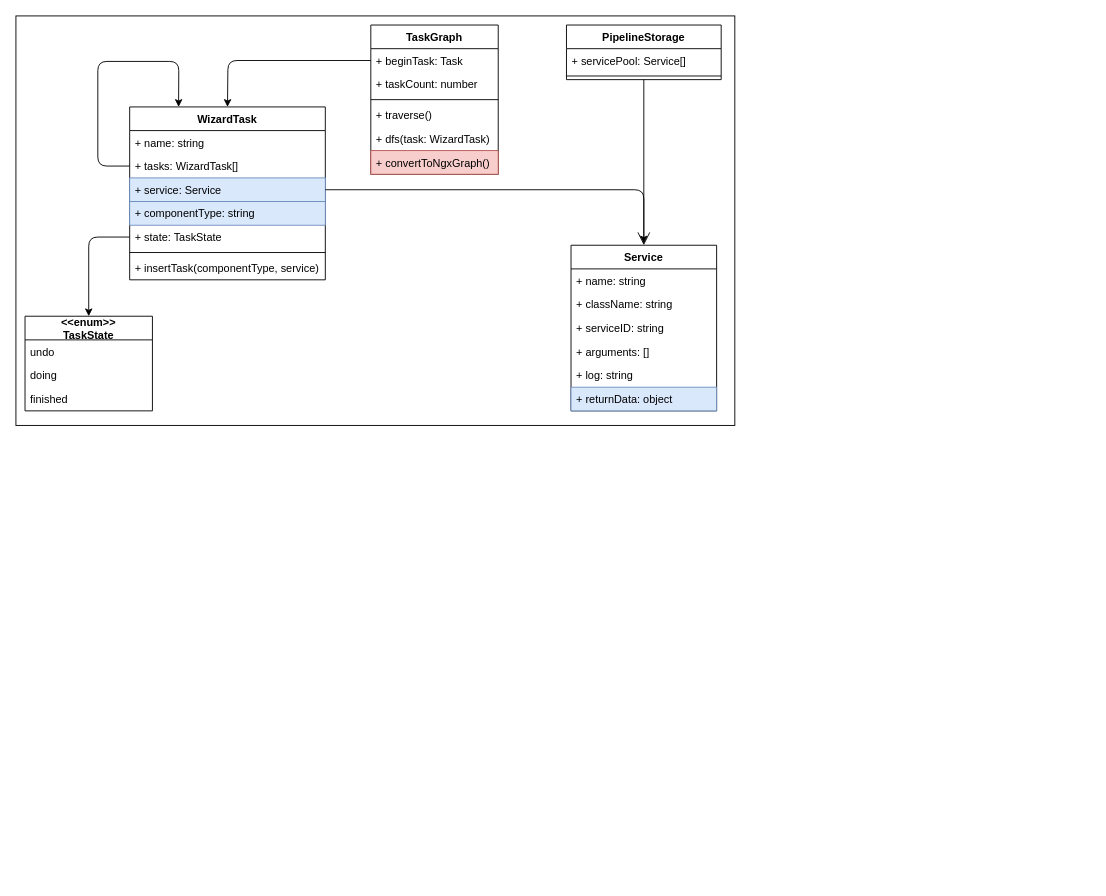
Before: page "Class Diagram" (2 of 2) of pipeline.drawio in MingHsuan0313/UI-Design-Client, a draw.io diagram. Source tidied: cells renumbered, new cells numbered last; positions are measured from the earlier drawing's top-left corner, leaving out a move shared by most shapes. Both pictures are drawn from the tidied source at 91%, with x=0, y=0 at pixel (15, 15).
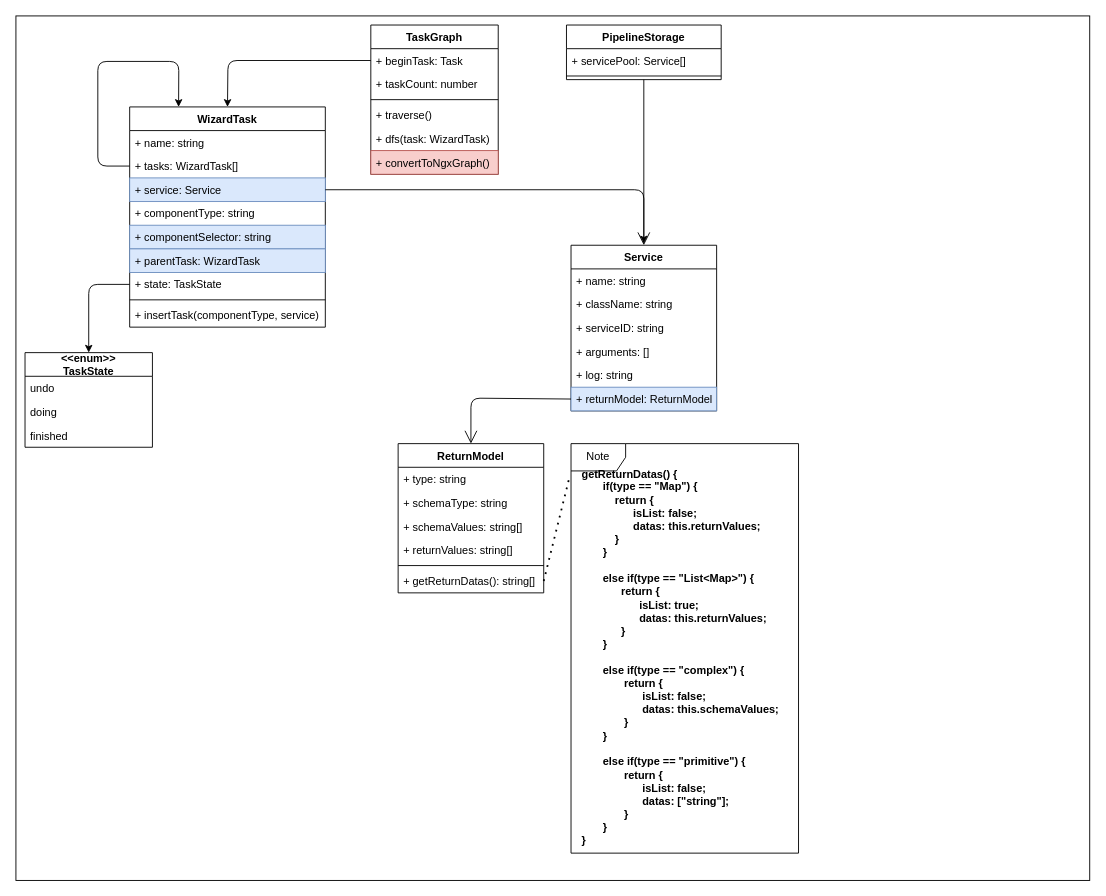
The same diagram, later.

Commit message (it also covers changes not shown here):
Feature: Add ReturnModel

Unchanged cells that the change refers to:
```xml
<mxCell id="25" value="Service" style="swimlane;fontStyle=1;align=center;verticalAlign=top;horizontal=1;startSize=26;" parent="1" vertex="1">
  <mxGeometry x="610" y="252" width="160" height="182" as="geometry" />
</mxCell>
```

The edit, as a diff of the source:
```diff
@@
     <mxCell id="2" style="rounded=0;whiteSpace=wrap;html=1;" parent="1" vertex="1">
-      <mxGeometry width="790" height="450" as="geometry" />
+      <mxGeometry width="1180" height="950" as="geometry" />
     </mxCell>
@@
     <mxCell id="10" value="WizardTask" style="swimlane;fontStyle=1;horizontal=1;startSize=26;fillColor=none;" parent="1" vertex="1">
-      <mxGeometry x="125" y="100" width="215" height="190" as="geometry" />
+      <mxGeometry x="125" y="100" width="215" height="242" as="geometry" />
     </mxCell>
@@
-    <mxCell id="14" value="+ componentType: string" style="text;strokeColor=#6c8ebf;fillColor=#dae8fc;align=left;verticalAlign=top;spacingLeft=4;spacingRight=4;overflow=hidden;" parent="10" vertex="1">
+    <mxCell id="14" value="+ componentType: string" style="text;align=left;verticalAlign=top;spacingLeft=4;spacingRight=4;overflow=hidden;" parent="10" vertex="1">
       <mxGeometry y="104" width="215" height="26" as="geometry" />
     </mxCell>
+    <mxCell id="37" value="+ componentSelector: string" style="text;strokeColor=#6c8ebf;fillColor=#dae8fc;align=left;verticalAlign=top;spacingLeft=4;spacingRight=4;overflow=hidden;" parent="10" vertex="1">
+      <mxGeometry y="130" width="215" height="26" as="geometry" />
+    </mxCell>
+    <mxCell id="38" value="+ parentTask: WizardTask" style="text;align=left;verticalAlign=top;spacingLeft=4;spacingRight=4;overflow=hidden;fillColor=#dae8fc;strokeColor=#6c8ebf;" parent="10" vertex="1">
+      <mxGeometry y="156" width="215" height="26" as="geometry" />
+    </mxCell>
     <mxCell id="15" value="+ state: TaskState" style="text;strokeColor=none;fillColor=none;align=left;verticalAlign=top;spacingLeft=4;spacingRight=4;overflow=hidden;points=[[0,0.5],[1,0.5]];portConstraint=eastwest;" parent="10" vertex="1">
-      <mxGeometry y="130" width="215" height="26" as="geometry" />
+      <mxGeometry y="182" width="215" height="26" as="geometry" />
     </mxCell>
@@
     <mxCell id="17" style="line;strokeWidth=1;fillColor=none;align=left;verticalAlign=middle;spacingTop=-1;spacingLeft=3;spacingRight=3;labelPosition=right;" parent="10" vertex="1">
-      <mxGeometry y="156" width="215" height="8" as="geometry" />
+      <mxGeometry y="208" width="215" height="8" as="geometry" />
     </mxCell>
     <mxCell id="18" value="+ insertTask(componentType, service)" style="text;strokeColor=none;fillColor=none;align=left;verticalAlign=top;spacingLeft=4;spacingRight=4;overflow=hidden;" parent="10" vertex="1">
-      <mxGeometry y="164" width="215" height="26" as="geometry" />
+      <mxGeometry y="216" width="215" height="26" as="geometry" />
     </mxCell>
@@
     <mxCell id="20" value="&lt;&lt;enum&gt;&gt;&#10;TaskState" style="swimlane;fontStyle=1;horizontal=1;startSize=26;fillColor=none;" parent="1" vertex="1">
-      <mxGeometry x="10" y="330" width="140" height="104" as="geometry" />
+      <mxGeometry x="10" y="370" width="140" height="104" as="geometry" />
     </mxCell>
@@
     <mxCell id="24" style="endArrow=classic;endFill=1;endSize=6;html=1;exitX=0;exitY=0.5;exitDx=0;exitDy=0;entryX=0.5;entryY=0;entryDx=0;entryDy=0;" parent="1" edge="1" source="15" target="20">
       <mxGeometry relative="1" as="geometry">
         <Array as="points">
-          <mxPoint x="80" y="243" />
+          <mxPoint x="80" y="295" />
         </Array>
       </mxGeometry>
     </mxCell>
@@
-    <mxCell id="31" value="+ returnData: object" style="text;strokeColor=#6c8ebf;fillColor=#dae8fc;align=left;verticalAlign=top;spacingLeft=4;spacingRight=4;overflow=hidden;points=[[0,0.5],[1,0.5]];portConstraint=eastwest;" parent="25" vertex="1">
+    <mxCell id="31" value="+ returnModel: ReturnModel" style="text;strokeColor=#6c8ebf;fillColor=#dae8fc;align=left;verticalAlign=top;spacingLeft=4;spacingRight=4;overflow=hidden;points=[[0,0.5],[1,0.5]];portConstraint=eastwest;" parent="25" vertex="1">
       <mxGeometry y="156" width="160" height="26" as="geometry" />
     </mxCell>
@@
+    <mxCell id="39" value="ReturnModel" style="swimlane;fontStyle=1;horizontal=1;startSize=26;fillColor=none;" parent="1" vertex="1">
+      <mxGeometry x="420" y="470" width="160" height="164" as="geometry" />
+    </mxCell>
+    <mxCell id="40" value="+ type: string" style="text;strokeColor=none;fillColor=none;align=left;verticalAlign=top;spacingLeft=4;spacingRight=4;overflow=hidden;" parent="39" vertex="1">
+      <mxGeometry y="26" width="160" height="26" as="geometry" />
+    </mxCell>
+    <mxCell id="41" value="+ schemaType: string" style="text;strokeColor=none;fillColor=none;align=left;verticalAlign=top;spacingLeft=4;spacingRight=4;overflow=hidden;" parent="39" vertex="1">
+      <mxGeometry y="52" width="160" height="26" as="geometry" />
+    </mxCell>
+    <mxCell id="42" value="+ schemaValues: string[]" style="text;strokeColor=none;fillColor=none;align=left;verticalAlign=top;spacingLeft=4;spacingRight=4;overflow=hidden;" parent="39" vertex="1">
+      <mxGeometry y="78" width="160" height="26" as="geometry" />
+    </mxCell>
+    <mxCell id="43" value="+ returnValues: string[]" style="text;strokeColor=none;fillColor=none;align=left;verticalAlign=top;spacingLeft=4;spacingRight=4;overflow=hidden;" parent="39" vertex="1">
+      <mxGeometry y="104" width="160" height="26" as="geometry" />
+    </mxCell>
+    <mxCell id="44" style="line;strokeWidth=1;fillColor=none;align=left;verticalAlign=middle;spacingTop=-1;spacingLeft=3;spacingRight=3;labelPosition=right;" parent="39" vertex="1">
+      <mxGeometry y="130" width="160" height="8" as="geometry" />
+    </mxCell>
+    <mxCell id="45" value="+ getReturnDatas(): string[]" style="text;strokeColor=none;fillColor=none;align=left;verticalAlign=top;spacingLeft=4;spacingRight=4;overflow=hidden;points=[[0,0.5],[1,0.5]];portConstraint=eastwest;" parent="39" vertex="1">
+      <mxGeometry y="138" width="160" height="26" as="geometry" />
+    </mxCell>
+    <mxCell id="46" style="endArrow=open;endFill=1;endSize=12;html=1;exitX=0;exitY=0.5;exitDx=0;exitDy=0;entryX=0.5;entryY=0;entryDx=0;entryDy=0;" parent="1" edge="1" source="31" target="39">
+      <mxGeometry relative="1" as="geometry">
+        <Array as="points">
+          <mxPoint x="500" y="420" />
+        </Array>
+      </mxGeometry>
+    </mxCell>
+    <mxCell id="47" value="Note" style="shape=umlFrame;whiteSpace=wrap;html=1;" parent="1" vertex="1">
+      <mxGeometry x="610" y="470" width="250" height="450" as="geometry" />
+    </mxCell>
+    <mxCell id="48" value="getReturnDatas() {&lt;br&gt;&amp;nbsp; &amp;nbsp; &amp;nbsp; &amp;nbsp;if(type == &quot;Map&quot;) {&lt;br&gt;&amp;nbsp; &amp;nbsp; &amp;nbsp; &amp;nbsp; &amp;nbsp; &amp;nbsp;return {&lt;br&gt;&amp;nbsp; &amp;nbsp; &amp;nbsp; &amp;nbsp; &amp;nbsp; &amp;nbsp; &amp;nbsp; &amp;nbsp; &amp;nbsp;isList: false;&lt;br&gt;&amp;nbsp; &amp;nbsp; &amp;nbsp; &amp;nbsp; &amp;nbsp; &amp;nbsp; &amp;nbsp; &amp;nbsp; &amp;nbsp;datas: this.returnValues;&lt;br&gt;&amp;nbsp; &amp;nbsp; &amp;nbsp; &amp;nbsp; &amp;nbsp; &amp;nbsp;}&lt;br&gt;&amp;nbsp; &amp;nbsp; &amp;nbsp; &amp;nbsp;}&lt;br&gt;&lt;br&gt;&amp;nbsp; &amp;nbsp; &amp;nbsp; &amp;nbsp;else if(type == &quot;List&amp;lt;Map&amp;gt;&quot;) {&lt;br&gt;&amp;nbsp; &amp;nbsp; &amp;nbsp; &amp;nbsp; &amp;nbsp; &amp;nbsp; &amp;nbsp;return {&lt;br&gt;&amp;nbsp; &amp;nbsp; &amp;nbsp; &amp;nbsp; &amp;nbsp; &amp;nbsp; &amp;nbsp; &amp;nbsp; &amp;nbsp; &amp;nbsp;isList: true;&lt;br&gt;&amp;nbsp; &amp;nbsp; &amp;nbsp; &amp;nbsp; &amp;nbsp; &amp;nbsp; &amp;nbsp; &amp;nbsp; &amp;nbsp; &amp;nbsp;datas: this.returnValues;&lt;br&gt;&amp;nbsp; &amp;nbsp; &amp;nbsp; &amp;nbsp; &amp;nbsp; &amp;nbsp; &amp;nbsp;}&amp;nbsp;&lt;br&gt;&amp;nbsp; &amp;nbsp; &amp;nbsp; &amp;nbsp;}&lt;br&gt;&lt;br&gt;&amp;nbsp; &amp;nbsp; &amp;nbsp; &amp;nbsp;else if(type == &quot;complex&quot;) {&lt;br&gt;&amp;nbsp; &amp;nbsp; &amp;nbsp; &amp;nbsp; &amp;nbsp; &amp;nbsp; &amp;nbsp; return {&lt;br&gt;&amp;nbsp; &amp;nbsp; &amp;nbsp; &amp;nbsp; &amp;nbsp; &amp;nbsp; &amp;nbsp; &amp;nbsp; &amp;nbsp; &amp;nbsp; isList: false;&lt;br&gt;&amp;nbsp; &amp;nbsp; &amp;nbsp; &amp;nbsp; &amp;nbsp; &amp;nbsp; &amp;nbsp; &amp;nbsp; &amp;nbsp; &amp;nbsp; datas: this.schemaValues;&lt;br&gt;&amp;nbsp; &amp;nbsp; &amp;nbsp; &amp;nbsp; &amp;nbsp; &amp;nbsp; &amp;nbsp; }&lt;br&gt;&amp;nbsp; &amp;nbsp; &amp;nbsp; &amp;nbsp;}&lt;br&gt;&lt;br&gt;&amp;nbsp; &amp;nbsp; &amp;nbsp; &amp;nbsp;else if(type == &quot;primitive&quot;) {&lt;br&gt;&amp;nbsp; &amp;nbsp; &amp;nbsp; &amp;nbsp; &amp;nbsp; &amp;nbsp; &amp;nbsp; return {&lt;br&gt;&amp;nbsp; &amp;nbsp; &amp;nbsp; &amp;nbsp; &amp;nbsp; &amp;nbsp; &amp;nbsp; &amp;nbsp; &amp;nbsp; &amp;nbsp; isList: false;&lt;br&gt;&amp;nbsp; &amp;nbsp; &amp;nbsp; &amp;nbsp; &amp;nbsp; &amp;nbsp; &amp;nbsp; &amp;nbsp; &amp;nbsp; &amp;nbsp; datas: [&quot;string&quot;];&lt;br&gt;&amp;nbsp; &amp;nbsp; &amp;nbsp; &amp;nbsp; &amp;nbsp; &amp;nbsp; &amp;nbsp; }&lt;br&gt;&amp;nbsp; &amp;nbsp; &amp;nbsp; &amp;nbsp;}&lt;br&gt;}" style="text;html=1;strokeColor=none;fillColor=none;align=left;verticalAlign=middle;whiteSpace=wrap;rounded=0;fontStyle=1;" parent="1" vertex="1">
+      <mxGeometry x="620" y="560" width="260" height="290" as="geometry" />
+    </mxCell>
+    <mxCell id="49" style="endArrow=none;dashed=1;html=1;dashPattern=1 3;strokeWidth=2;exitX=1;exitY=0.5;exitDx=0;exitDy=0;entryX=-0.006;entryY=0.08;entryDx=0;entryDy=0;entryPerimeter=0;" parent="1" edge="1" source="45" target="47">
+      <mxGeometry relative="1" as="geometry" />
+    </mxCell>
```
